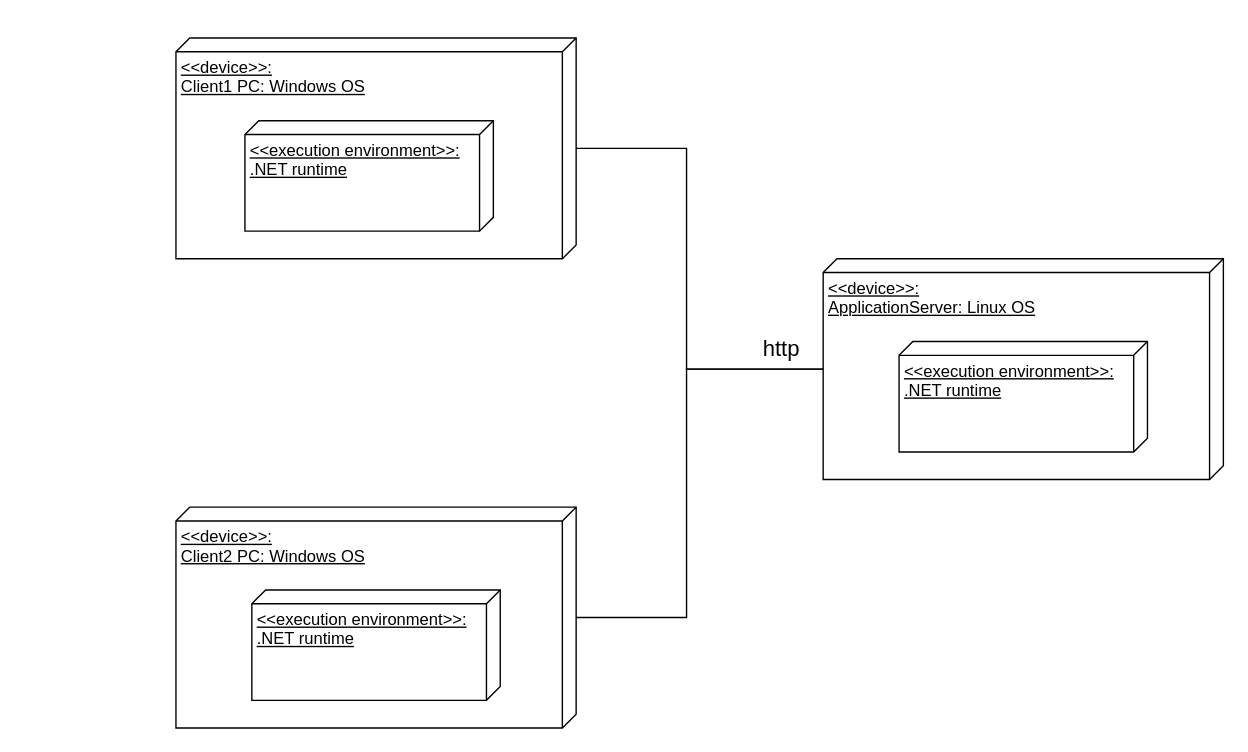
Above: lab3/FlexibleAutomationTool_Deployment.drawio in Smegalex/Software_dev_technologies (draw.io), before the change. Source tidied: cells renumbered, new cells numbered last; positions are measured from the earlier drawing's top-left corner, leaving out a move shared by most shapes. Both pictures are drawn from the tidied source at 138%, with x=0, y=0 at pixel (175, 37).
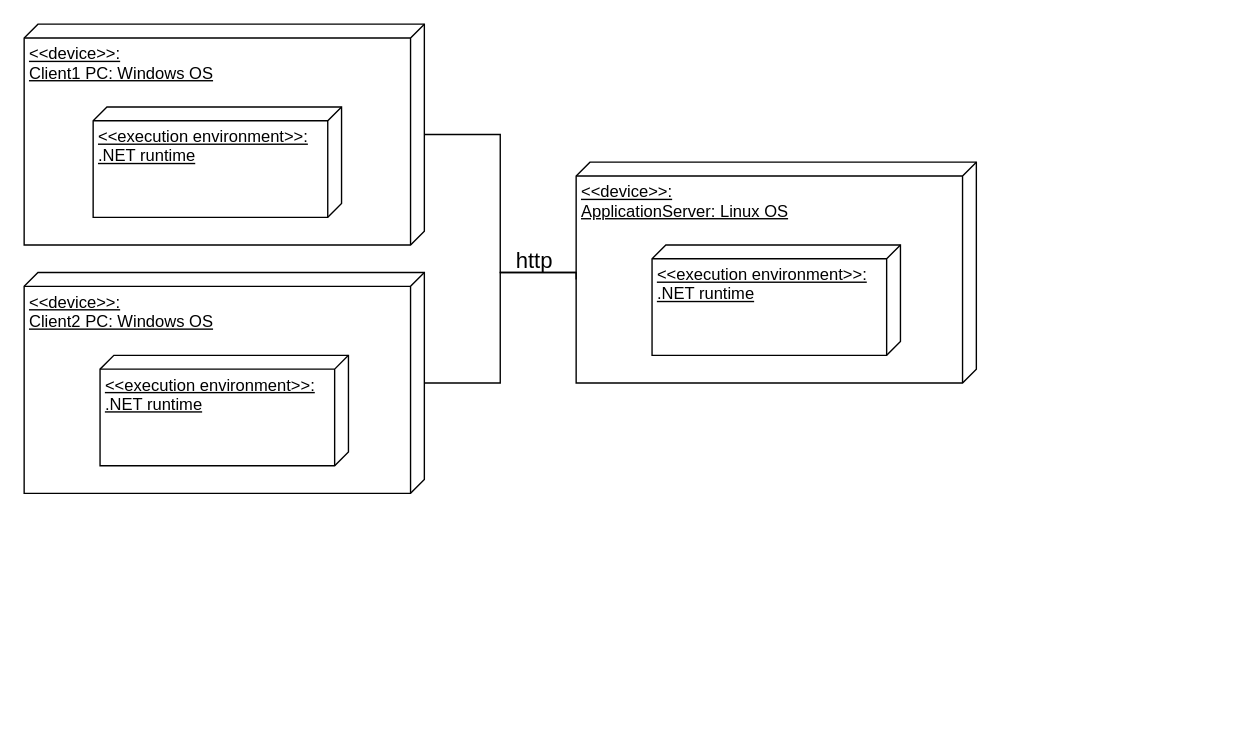
The same diagram, later.

The edit, as a diff of the source:
```diff
@@
 <mxGraphModel>
   <root>
     <mxCell id="0" />
     <mxCell id="1" parent="0" />
-    <mxCell id="2" style="edgeStyle=orthogonalEdgeStyle;rounded=0;jettySize=auto;html=1;endArrow=none;endFill=0;" parent="1" edge="1" source="3" target="6">
-      <mxGeometry relative="1" as="geometry">
-        <Array as="points">
-          <mxPoint x="370" y="80" />
-          <mxPoint x="370" y="240" />
-        </Array>
-      </mxGeometry>
-    </mxCell>
     <mxCell id="3" value="&amp;lt;&amp;lt;device&amp;gt;&amp;gt;:&lt;div&gt;Client1 PC: Windows OS&lt;/div&gt;" style="verticalAlign=top;align=left;spacingTop=8;spacingLeft=2;spacingRight=12;shape=cube;size=10;direction=south;fontStyle=4;html=1;whiteSpace=wrap;" parent="1" vertex="1">
-      <mxGeometry width="290" height="160" as="geometry" />
+      <mxGeometry x="-110" y="-10" width="290" height="160" as="geometry" />
     </mxCell>
-    <mxCell id="4" style="edgeStyle=orthogonalEdgeStyle;rounded=0;jettySize=auto;html=1;startArrow=none;startFill=0;endArrow=none;endFill=0;" parent="1" edge="1" source="5">
-      <mxGeometry relative="1" as="geometry">
-        <mxPoint x="560" y="240" as="targetPoint" />
-        <Array as="points">
-          <mxPoint x="370" y="420" />
-          <mxPoint x="370" y="240" />
-        </Array>
-      </mxGeometry>
-    </mxCell>
+    <mxCell id="11" style="edgeStyle=orthogonalEdgeStyle;rounded=0;jettySize=auto;html=1;endArrow=none;endFill=0;" parent="1" edge="1" source="5" target="6">
+      <mxGeometry relative="1" as="geometry" />
+    </mxCell>
     <mxCell id="5" value="&amp;lt;&amp;lt;device&amp;gt;&amp;gt;:&lt;div&gt;Client2 PC: Windows OS&lt;/div&gt;" style="verticalAlign=top;align=left;spacingTop=8;spacingLeft=2;spacingRight=12;shape=cube;size=10;direction=south;fontStyle=4;html=1;whiteSpace=wrap;" parent="1" vertex="1">
-      <mxGeometry y="340" width="290" height="160" as="geometry" />
+      <mxGeometry x="-110" y="170" width="290" height="160" as="geometry" />
     </mxCell>
     <mxCell id="6" value="&amp;lt;&amp;lt;device&amp;gt;&amp;gt;:&lt;div&gt;ApplicationServer: Linux OS&lt;/div&gt;" style="verticalAlign=top;align=left;spacingTop=8;spacingLeft=2;spacingRight=12;shape=cube;size=10;direction=south;fontStyle=4;html=1;whiteSpace=wrap;" parent="1" vertex="1">
-      <mxGeometry x="469" y="160" width="290" height="160" as="geometry" />
+      <mxGeometry x="290" y="90" width="290" height="160" as="geometry" />
     </mxCell>
     <mxCell id="7" value="&amp;lt;&amp;lt;execution environment&amp;gt;&amp;gt;:&lt;div&gt;.NET runtime&lt;/div&gt;" style="verticalAlign=top;align=left;spacingTop=8;spacingLeft=2;spacingRight=12;shape=cube;size=10;direction=south;fontStyle=4;html=1;whiteSpace=wrap;" parent="1" vertex="1">
-      <mxGeometry x="50" y="60" width="180" height="80" as="geometry" />
+      <mxGeometry x="-60" y="50" width="180" height="80" as="geometry" />
     </mxCell>
     <mxCell id="8" value="&amp;lt;&amp;lt;execution environment&amp;gt;&amp;gt;:&lt;div&gt;.NET runtime&lt;/div&gt;" style="verticalAlign=top;align=left;spacingTop=8;spacingLeft=2;spacingRight=12;shape=cube;size=10;direction=south;fontStyle=4;html=1;whiteSpace=wrap;" parent="1" vertex="1">
-      <mxGeometry x="55" y="400" width="180" height="80" as="geometry" />
+      <mxGeometry x="-55" y="230" width="180" height="80" as="geometry" />
     </mxCell>
     <mxCell id="9" value="&amp;lt;&amp;lt;execution environment&amp;gt;&amp;gt;:&lt;div&gt;.NET runtime&lt;/div&gt;" style="verticalAlign=top;align=left;spacingTop=8;spacingLeft=2;spacingRight=12;shape=cube;size=10;direction=south;fontStyle=4;html=1;whiteSpace=wrap;" parent="1" vertex="1">
-      <mxGeometry x="524" y="220" width="180" height="80" as="geometry" />
+      <mxGeometry x="345" y="150" width="180" height="80" as="geometry" />
     </mxCell>
     <mxCell id="10" value="&lt;font style=&quot;font-size: 16px;&quot;&gt;http&lt;/font&gt;" style="text;html=1;whiteSpace=wrap;strokeColor=none;fillColor=none;align=center;verticalAlign=middle;rounded=0;" parent="1" vertex="1">
-      <mxGeometry x="409" y="210" width="60" height="30" as="geometry" />
+      <mxGeometry x="230" y="146" width="60" height="30" as="geometry" />
     </mxCell>
+    <mxCell id="2" style="edgeStyle=orthogonalEdgeStyle;rounded=0;jettySize=auto;html=1;entryX=0;entryY=0;entryDx=85;entryDy=290;entryPerimeter=0;endArrow=none;endFill=0;" parent="1" edge="1" source="3" target="6">
+      <mxGeometry relative="1" as="geometry">
+        <Array as="points">
+          <mxPoint x="235" y="70" />
+          <mxPoint x="235" y="170" />
+          <mxPoint x="290" y="170" />
+        </Array>
+      </mxGeometry>
+    </mxCell>
   </root>
 </mxGraphModel>
```
